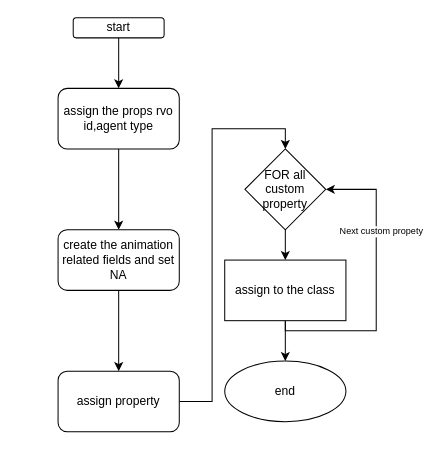
This is animation/constructor.drawio from sivagit/diagrams, a draw.io file, before an edit. Source tidied: cells renumbered, new cells numbered last; positions are measured from the earlier drawing's top-left corner, leaving out a move shared by most shapes. Both pictures are drawn from the tidied source at 101%, with x=0, y=0 at pixel (58, 17).
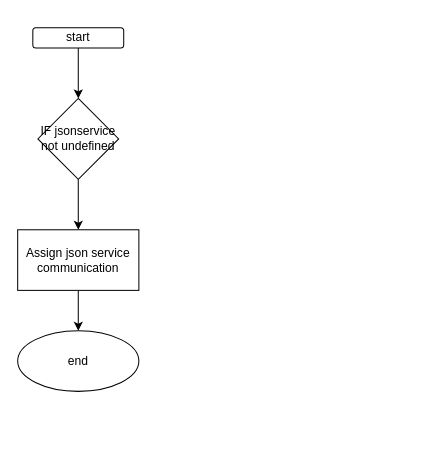
The same diagram, later.

The edit, as a diff of the source:
```diff
@@
 <mxGraphModel>
   <root>
     <mxCell id="0" />
     <mxCell id="1" parent="0" />
-    <mxCell id="2" style="edgeStyle=orthogonalEdgeStyle;rounded=0;jettySize=auto;html=1;" parent="1" edge="1" source="3" target="5">
-      <mxGeometry relative="1" as="geometry" />
-    </mxCell>
+    <mxCell id="17" style="edgeStyle=orthogonalEdgeStyle;rounded=0;jettySize=auto;html=1;" parent="1" edge="1" source="3" target="19">
+      <mxGeometry relative="1" as="geometry" />
+    </mxCell>
     <mxCell id="3" value="start" style="rounded=1;whiteSpace=wrap;html=1;" parent="1" vertex="1">
-      <mxGeometry x="15" width="90" height="20" as="geometry" />
+      <mxGeometry x="-25" y="10" width="90" height="20" as="geometry" />
     </mxCell>
-    <mxCell id="4" style="edgeStyle=orthogonalEdgeStyle;rounded=0;jettySize=auto;html=1;entryX=0.5;entryY=0;entryDx=0;entryDy=0;" parent="1" edge="1" source="5" target="7">
-      <mxGeometry relative="1" as="geometry" />
-    </mxCell>
-    <mxCell id="5" value="assign the props rvo id,agent type" style="whiteSpace=wrap;html=1;rounded=1;" parent="1" vertex="1">
-      <mxGeometry y="70" width="120" height="60" as="geometry" />
-    </mxCell>
-    <mxCell id="6" style="edgeStyle=orthogonalEdgeStyle;rounded=0;jettySize=auto;html=1;" parent="1" edge="1" source="7" target="9">
-      <mxGeometry relative="1" as="geometry" />
-    </mxCell>
-    <mxCell id="7" value="create the animation related fields and set NA" style="whiteSpace=wrap;html=1;rounded=1;" parent="1" vertex="1">
-      <mxGeometry y="210" width="120" height="60" as="geometry" />
-    </mxCell>
-    <mxCell id="8" style="edgeStyle=orthogonalEdgeStyle;rounded=0;jettySize=auto;html=1;entryX=0.5;entryY=0;entryDx=0;entryDy=0;" parent="1" edge="1" source="9" target="11">
-      <mxGeometry relative="1" as="geometry" />
-    </mxCell>
-    <mxCell id="9" value="assign property" style="whiteSpace=wrap;html=1;rounded=1;" parent="1" vertex="1">
-      <mxGeometry y="350" width="120" height="60" as="geometry" />
-    </mxCell>
-    <mxCell id="10" style="edgeStyle=orthogonalEdgeStyle;rounded=0;jettySize=auto;html=1;fontSize=9;" parent="1" edge="1" source="11" target="15">
-      <mxGeometry relative="1" as="geometry" />
-    </mxCell>
-    <mxCell id="11" value="FOR all custom property" style="rhombus;whiteSpace=wrap;html=1;" parent="1" vertex="1">
-      <mxGeometry x="185" y="130" width="80" height="80" as="geometry" />
-    </mxCell>
-    <mxCell id="12" style="edgeStyle=orthogonalEdgeStyle;rounded=0;jettySize=auto;html=1;entryX=1;entryY=0.5;entryDx=0;entryDy=0;fontSize=9;" parent="1" edge="1" source="15" target="11">
-      <mxGeometry relative="1" as="geometry">
-        <Array as="points">
-          <mxPoint x="225" y="310" />
-          <mxPoint x="315" y="310" />
-          <mxPoint x="315" y="170" />
-        </Array>
-      </mxGeometry>
-    </mxCell>
-    <mxCell id="13" value="Next custom propety" style="edgeLabel;html=1;align=center;verticalAlign=middle;fontSize=9;" parent="12" vertex="1">
-      <mxGeometry x="0.37" y="-4" relative="1" as="geometry" />
-    </mxCell>
-    <mxCell id="14" style="edgeStyle=orthogonalEdgeStyle;rounded=0;jettySize=auto;html=1;fontSize=9;" parent="1" edge="1" source="15" target="16">
-      <mxGeometry relative="1" as="geometry" />
-    </mxCell>
-    <mxCell id="15" value="assign to the class" style="whiteSpace=wrap;html=1;" parent="1" vertex="1">
-      <mxGeometry x="165" y="240" width="120" height="60" as="geometry" />
-    </mxCell>
+    <mxCell id="18" style="edgeStyle=orthogonalEdgeStyle;rounded=0;jettySize=auto;html=1;" parent="1" edge="1" source="19" target="21">
+      <mxGeometry relative="1" as="geometry" />
+    </mxCell>
+    <mxCell id="19" value="IF jsonservice not undefined" style="rhombus;whiteSpace=wrap;html=1;" parent="1" vertex="1">
+      <mxGeometry x="-20" y="80" width="80" height="80" as="geometry" />
+    </mxCell>
+    <mxCell id="20" style="edgeStyle=orthogonalEdgeStyle;rounded=0;jettySize=auto;html=1;" parent="1" edge="1" source="21" target="16">
+      <mxGeometry relative="1" as="geometry" />
+    </mxCell>
+    <mxCell id="21" value="Assign json service communication" style="whiteSpace=wrap;html=1;" parent="1" vertex="1">
+      <mxGeometry x="-40" y="210" width="120" height="60" as="geometry" />
+    </mxCell>
     <mxCell id="16" value="end" style="ellipse;whiteSpace=wrap;html=1;" parent="1" vertex="1">
-      <mxGeometry x="165" y="340" width="120" height="60" as="geometry" />
+      <mxGeometry x="-40" y="310" width="120" height="60" as="geometry" />
     </mxCell>
   </root>
 </mxGraphModel>
```
